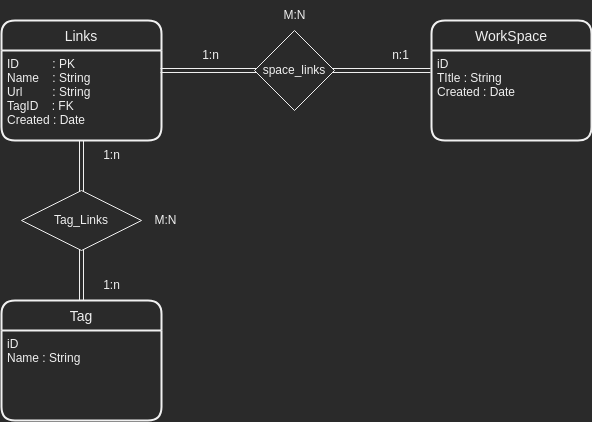
Razvangt/linksApi keeps this draw.io diagram as documentation/ERdiagram.png. Above is the earlier version. Source tidied: cells renumbered, new cells last; positions are measured from the earlier drawing's top-left corner, leaving out a move shared by most shapes. The source it was exported from:
```xml
<mxGraphModel>
  <root>
    <mxCell id="0" />
    <mxCell id="1" parent="0" />
    <mxCell id="2" style="edgeStyle=orthogonalEdgeStyle;rounded=0;orthogonalLoop=1;jettySize=auto;html=1;shape=link;" parent="1" edge="1">
      <mxGeometry relative="1" as="geometry">
        <mxPoint x="159" y="70" as="sourcePoint" />
        <mxPoint x="429" y="70" as="targetPoint" />
      </mxGeometry>
    </mxCell>
    <mxCell id="3" value="1:n" style="text;html=1;align=center;verticalAlign=middle;strokeColor=none;fillColor=none;" parent="1" vertex="1">
      <mxGeometry x="189" y="40" width="40" height="30" as="geometry" />
    </mxCell>
    <mxCell id="4" value="n:1" style="text;html=1;align=center;verticalAlign=middle;strokeColor=none;fillColor=none;" parent="1" vertex="1">
      <mxGeometry x="379" y="40" width="40" height="30" as="geometry" />
    </mxCell>
    <mxCell id="5" value="space_links" style="rhombus;whiteSpace=wrap;html=1;" parent="1" vertex="1">
      <mxGeometry x="253" y="30" width="80" height="80" as="geometry" />
    </mxCell>
    <mxCell id="6" value="M:N" style="text;html=1;align=center;verticalAlign=middle;strokeColor=none;fillColor=none;" parent="1" vertex="1">
      <mxGeometry x="268" width="50" height="30" as="geometry" />
    </mxCell>
    <mxCell id="7" value="Links" style="swimlane;horizontal=1;startSize=30;rounded=1;fontSize=14;fontStyle=0;strokeWidth=2;shadow=0;dashed=0;align=center;" parent="1" vertex="1">
      <mxGeometry y="20" width="160" height="120" as="geometry" />
    </mxCell>
    <mxCell id="8" value="ID          : PK&#10;Name    : String&#10;Url         : String&#10;TagID    : FK&#10;Created : Date" style="align=left;strokeColor=none;fillColor=none;spacingLeft=4;fontSize=12;verticalAlign=top;" parent="7" vertex="1">
      <mxGeometry y="30" width="160" height="90" as="geometry" />
    </mxCell>
    <mxCell id="9" value="WorkSpace" style="swimlane;horizontal=1;startSize=30;rounded=1;fontSize=14;fontStyle=0;strokeWidth=2;shadow=0;dashed=0;align=center;" parent="1" vertex="1">
      <mxGeometry x="430" y="20" width="160" height="120" as="geometry" />
    </mxCell>
    <mxCell id="10" value="iD &#10;TItle : String  &#10;Created : Date" style="align=left;strokeColor=none;fillColor=none;spacingLeft=4;fontSize=12;verticalAlign=top;" parent="9" vertex="1">
      <mxGeometry y="30" width="160" height="90" as="geometry" />
    </mxCell>
    <mxCell id="11" value="Tag" style="swimlane;horizontal=1;startSize=30;rounded=1;fontSize=14;fontStyle=0;strokeWidth=2;shadow=0;dashed=0;align=center;" parent="1" vertex="1">
      <mxGeometry y="300" width="160" height="120" as="geometry" />
    </mxCell>
    <mxCell id="12" value="iD &#10;Name : String  " style="align=left;strokeColor=none;fillColor=none;spacingLeft=4;fontSize=12;verticalAlign=top;" parent="11" vertex="1">
      <mxGeometry y="30" width="160" height="90" as="geometry" />
    </mxCell>
    <mxCell id="13" style="edgeStyle=orthogonalEdgeStyle;shape=link;rounded=0;jettySize=auto;html=1;" parent="1" edge="1" source="8" target="11">
      <mxGeometry relative="1" as="geometry" />
    </mxCell>
    <mxCell id="14" value="1:n" style="text;html=1;align=center;verticalAlign=middle;strokeColor=none;fillColor=none;" parent="1" vertex="1">
      <mxGeometry x="90" y="140" width="40" height="30" as="geometry" />
    </mxCell>
    <mxCell id="15" value="1:n" style="text;html=1;align=center;verticalAlign=middle;strokeColor=none;fillColor=none;" parent="1" vertex="1">
      <mxGeometry x="90" y="270" width="40" height="30" as="geometry" />
    </mxCell>
    <mxCell id="16" value="Tag_Links" style="shape=rhombus;perimeter=rhombusPerimeter;whiteSpace=wrap;html=1;align=center;" parent="1" vertex="1">
      <mxGeometry x="20" y="190" width="120" height="60" as="geometry" />
    </mxCell>
    <mxCell id="17" value="M:N" style="text;html=1;align=center;verticalAlign=middle;strokeColor=none;fillColor=none;" parent="1" vertex="1">
      <mxGeometry x="139" y="205" width="50" height="30" as="geometry" />
    </mxCell>
  </root>
</mxGraphModel>
```
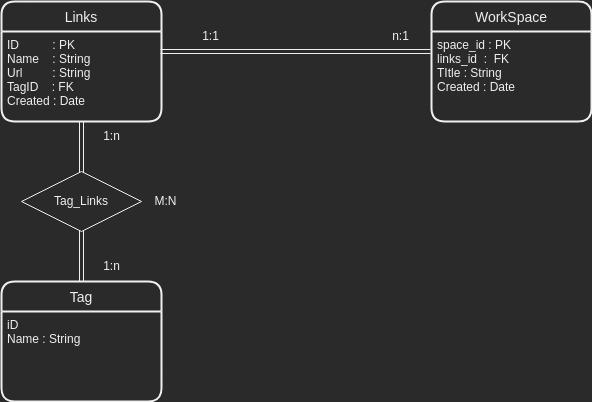
The same diagram one commit later.

What changed in the source:
```diff
@@ -8,18 +8,12 @@
         <mxPoint x="429" y="70" as="targetPoint" />
       </mxGeometry>
     </mxCell>
-    <mxCell id="3" value="1:n" style="text;html=1;align=center;verticalAlign=middle;strokeColor=none;fillColor=none;" parent="1" vertex="1">
+    <mxCell id="3" value="1:1" style="text;html=1;align=center;verticalAlign=middle;strokeColor=none;fillColor=none;" parent="1" vertex="1">
       <mxGeometry x="189" y="40" width="40" height="30" as="geometry" />
     </mxCell>
     <mxCell id="4" value="n:1" style="text;html=1;align=center;verticalAlign=middle;strokeColor=none;fillColor=none;" parent="1" vertex="1">
       <mxGeometry x="379" y="40" width="40" height="30" as="geometry" />
     </mxCell>
-    <mxCell id="5" value="space_links" style="rhombus;whiteSpace=wrap;html=1;" parent="1" vertex="1">
-      <mxGeometry x="253" y="30" width="80" height="80" as="geometry" />
-    </mxCell>
-    <mxCell id="6" value="M:N" style="text;html=1;align=center;verticalAlign=middle;strokeColor=none;fillColor=none;" parent="1" vertex="1">
-      <mxGeometry x="268" width="50" height="30" as="geometry" />
-    </mxCell>
     <mxCell id="7" value="Links" style="swimlane;horizontal=1;startSize=30;rounded=1;fontSize=14;fontStyle=0;strokeWidth=2;shadow=0;dashed=0;align=center;" parent="1" vertex="1">
       <mxGeometry y="20" width="160" height="120" as="geometry" />
     </mxCell>
@@ -29,7 +23,7 @@
     <mxCell id="9" value="WorkSpace" style="swimlane;horizontal=1;startSize=30;rounded=1;fontSize=14;fontStyle=0;strokeWidth=2;shadow=0;dashed=0;align=center;" parent="1" vertex="1">
       <mxGeometry x="430" y="20" width="160" height="120" as="geometry" />
     </mxCell>
-    <mxCell id="10" value="iD &#10;TItle : String  &#10;Created : Date" style="align=left;strokeColor=none;fillColor=none;spacingLeft=4;fontSize=12;verticalAlign=top;" parent="9" vertex="1">
+    <mxCell id="10" value="space_id : PK&#10;links_id  :  FK&#10;TItle : String  &#10;Created : Date" style="align=left;strokeColor=none;fillColor=none;spacingLeft=4;fontSize=12;verticalAlign=top;" parent="9" vertex="1">
       <mxGeometry y="30" width="160" height="90" as="geometry" />
     </mxCell>
     <mxCell id="11" value="Tag" style="swimlane;horizontal=1;startSize=30;rounded=1;fontSize=14;fontStyle=0;strokeWidth=2;shadow=0;dashed=0;align=center;" parent="1" vertex="1">
```
